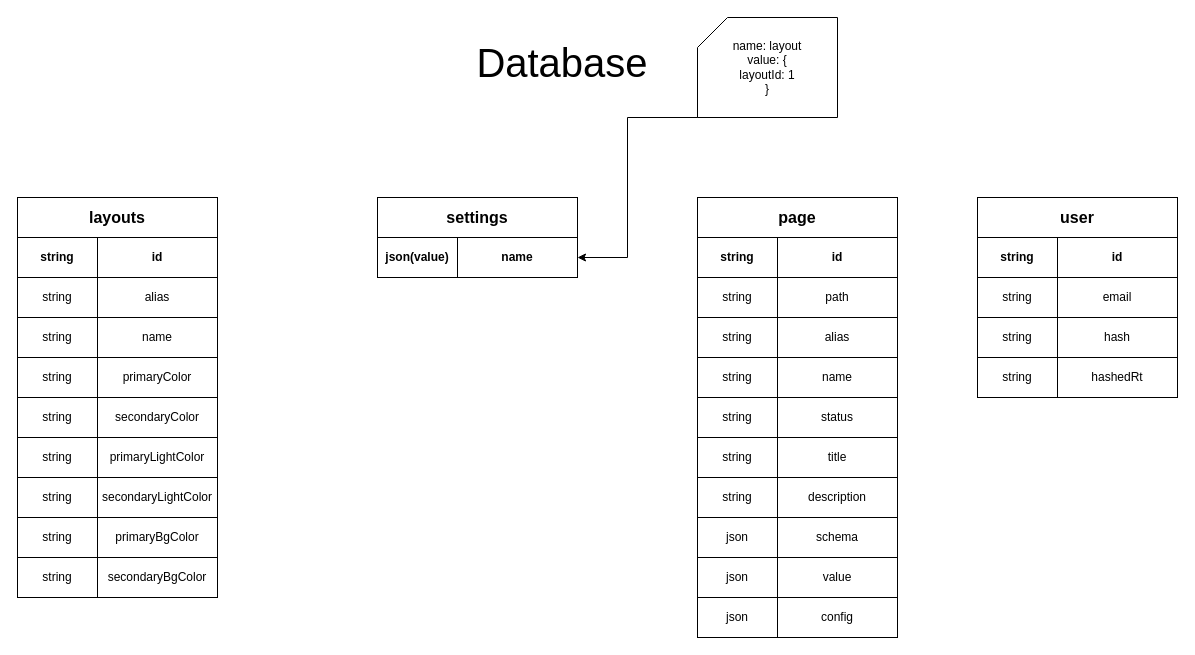
The draw.io diagram docs/diagrams/server/server_db_scheme.drawio in snitsweb/NextGenCMS, before the edit. Source tidied: cells renumbered, new cells numbered last; positions are measured from the earlier drawing's top-left corner, leaving out a move shared by most shapes. Both pictures are drawn from the tidied source at 100%, with x=0, y=0 at pixel (17, 17).
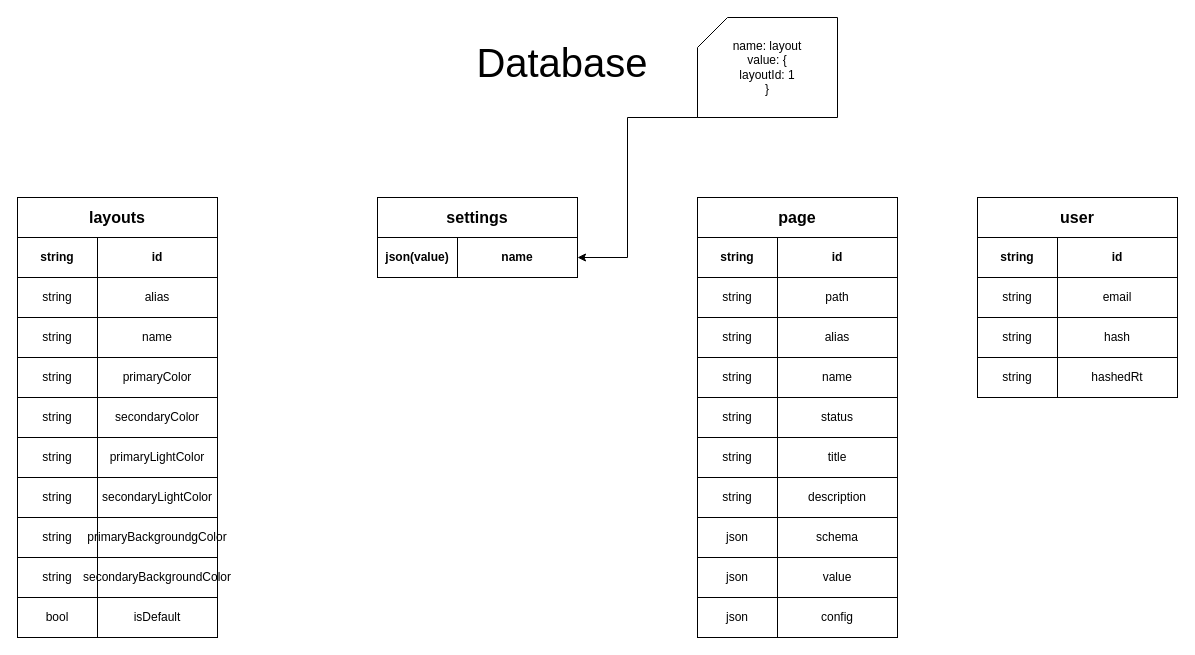
After the change.

The change refers to these unchanged cells:
```xml
<mxCell id="68" style="group;" parent="1" vertex="1">
  <mxGeometry y="500" width="200" height="40" as="geometry" />
</mxCell>
<mxCell id="71" style="group;" parent="1" vertex="1">
  <mxGeometry y="540" width="200" height="40" as="geometry" />
</mxCell>
```

What changed in the source:
```diff
@@
-    <mxCell id="70" value="primaryBgColor" style="rounded=0;whiteSpace=wrap;html=1;" parent="68" vertex="1">
+    <mxCell id="70" value="primaryBackgroundgColor" style="rounded=0;whiteSpace=wrap;html=1;" parent="68" vertex="1">
       <mxGeometry x="80" width="120" height="40" as="geometry" />
     </mxCell>
@@
-    <mxCell id="73" value="secondaryBgColor" style="rounded=0;whiteSpace=wrap;html=1;" parent="71" vertex="1">
+    <mxCell id="73" value="secondaryBackgroundColor" style="rounded=0;whiteSpace=wrap;html=1;" parent="71" vertex="1">
       <mxGeometry x="80" width="120" height="40" as="geometry" />
     </mxCell>
@@
+    <mxCell id="81" style="group;" parent="1" vertex="1">
+      <mxGeometry y="580" width="200" height="40" as="geometry" />
+    </mxCell>
+    <mxCell id="82" value="bool" style="rounded=0;whiteSpace=wrap;html=1;" parent="81" vertex="1">
+      <mxGeometry width="80" height="40" as="geometry" />
+    </mxCell>
+    <mxCell id="83" value="isDefault" style="rounded=0;whiteSpace=wrap;html=1;" parent="81" vertex="1">
+      <mxGeometry x="80" width="120" height="40" as="geometry" />
+    </mxCell>
```
